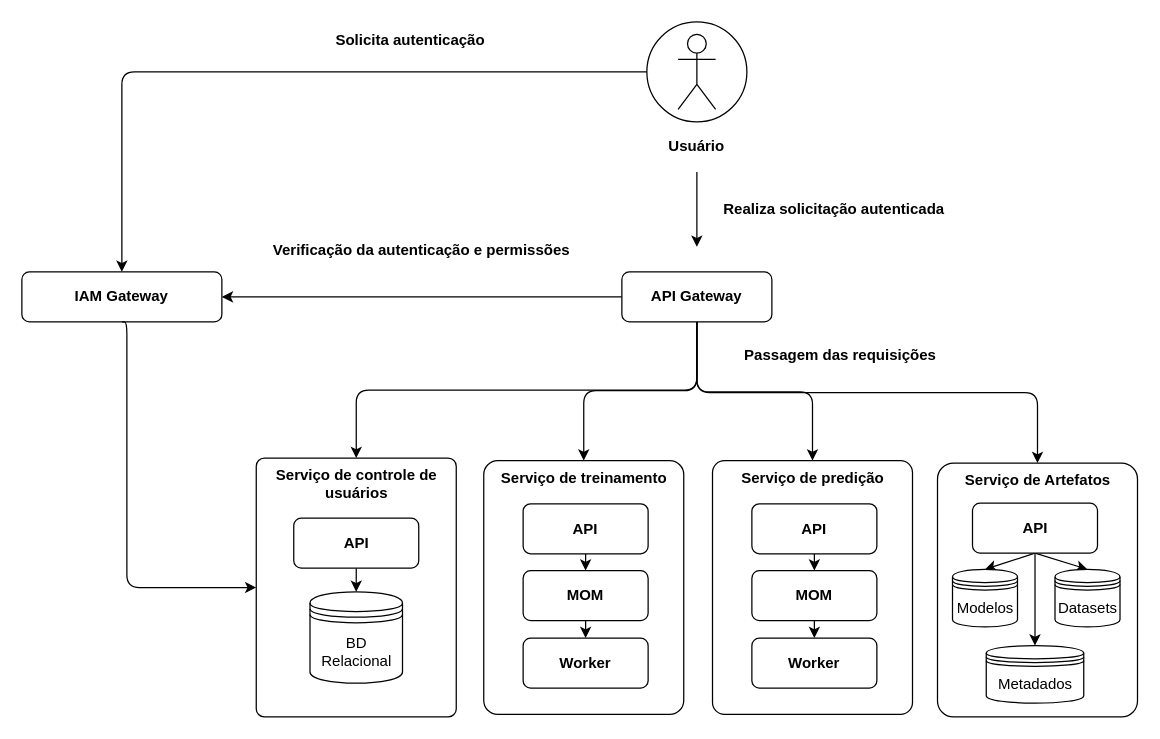
Earlier version of the draw.io diagram architecture.drawio (moesio-f/ml-hub). Source tidied: cells renumbered, new cells numbered last; positions are measured from the earlier drawing's top-left corner, leaving out a move shared by most shapes. Both pictures are drawn from the tidied source at 125%, with x=0, y=0 at pixel (21, 21).
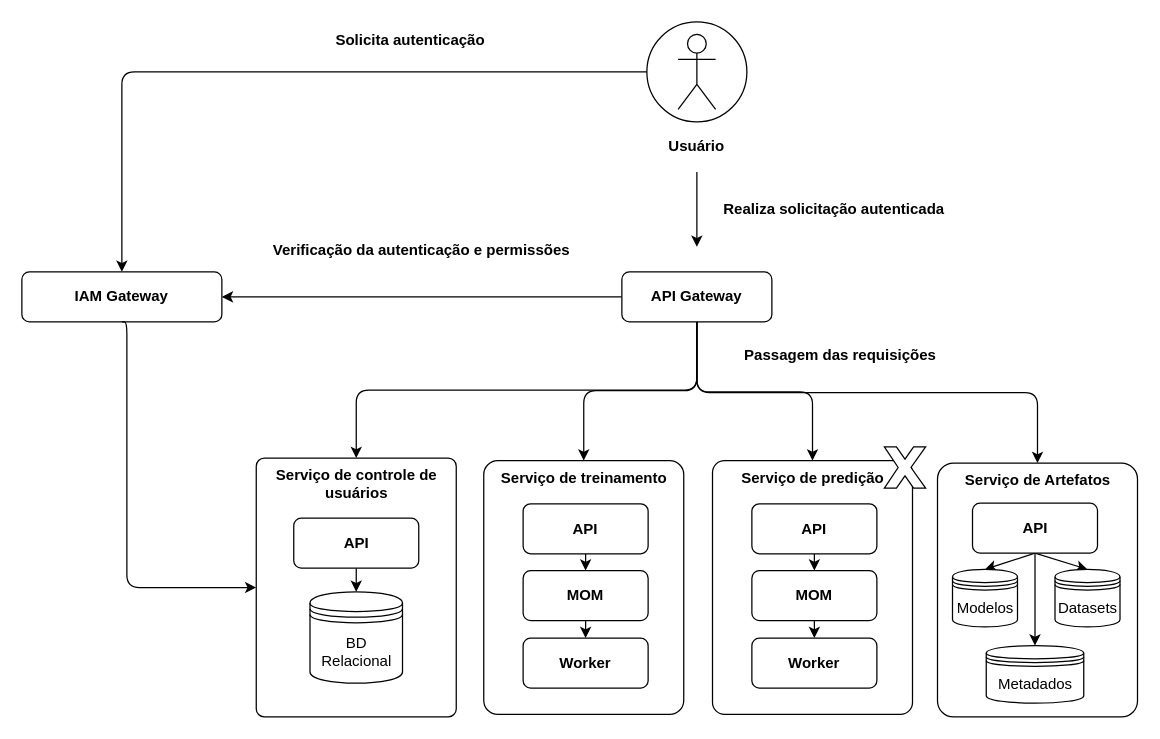
Above is the later version.

The edit, as a diff of the source:
```diff
@@
+    <mxCell id="44" style="verticalLabelPosition=bottom;verticalAlign=top;html=1;shape=mxgraph.basic.x;" parent="1" vertex="1">
+      <mxGeometry x="690" y="340" width="33" height="33" as="geometry" />
+    </mxCell>
```
